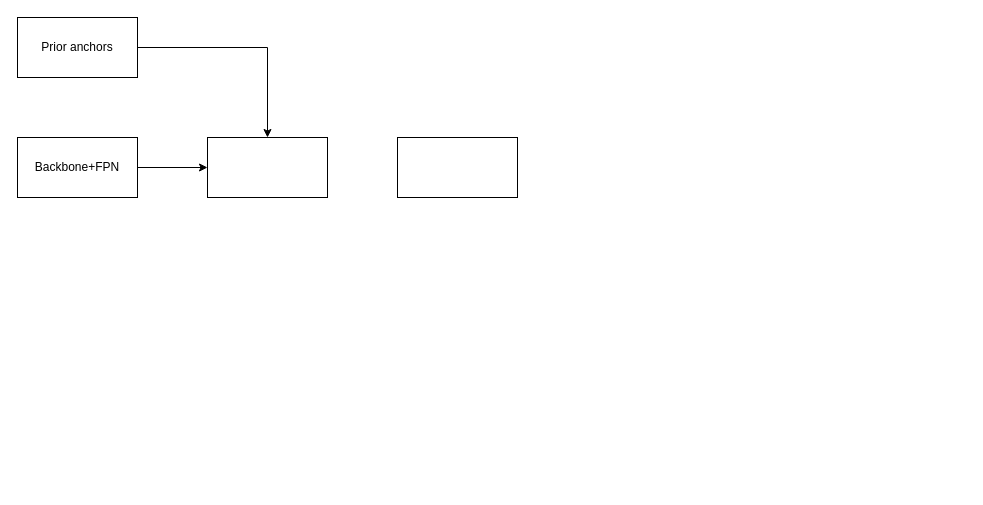
The draw.io diagram Untitled Diagram.drawio in CurryYuan/Pictures, before the edit. Source tidied: cells renumbered, new cells numbered last; positions are measured from the earlier drawing's top-left corner, leaving out a move shared by most shapes. Both pictures are drawn from the tidied source at 100%, with x=0, y=0 at pixel (17, 17).
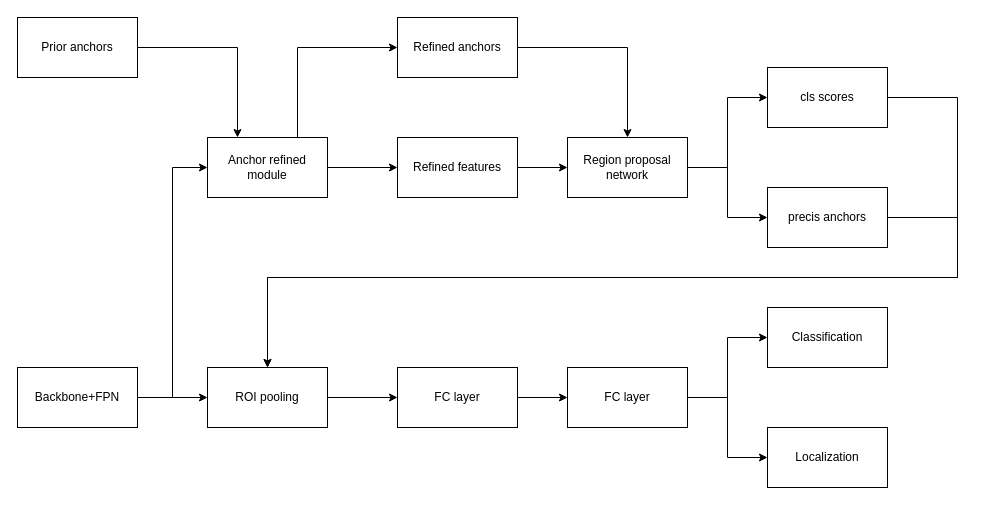
The same diagram, later.

Unchanged cells that the change refers to:
```xml
<mxCell id="7" value="Prior anchors" style="rounded=0;whiteSpace=wrap;html=1;" parent="1" vertex="1">
  <mxGeometry width="120" height="60" as="geometry" />
</mxCell>
```

Diff of the diagram source:
```diff
@@
+    <mxCell id="8" style="edgeStyle=orthogonalEdgeStyle;rounded=0;jettySize=auto;html=1;entryX=0;entryY=0.5;entryDx=0;entryDy=0;" parent="1" edge="1" source="2" target="18">
+      <mxGeometry relative="1" as="geometry" />
+    </mxCell>
+    <mxCell id="9" style="edgeStyle=orthogonalEdgeStyle;rounded=0;jettySize=auto;html=1;entryX=0;entryY=0.5;entryDx=0;entryDy=0;" parent="1" edge="1" source="2" target="20">
+      <mxGeometry relative="1" as="geometry" />
+    </mxCell>
-    <mxCell id="2" style="rounded=0;whiteSpace=wrap;html=1;" parent="1" vertex="1">
-      <mxGeometry x="380" y="120" width="120" height="60" as="geometry" />
+    <mxCell id="2" value="&lt;span style=&quot;white-space: normal&quot;&gt;Region proposal network&lt;/span&gt;" style="rounded=0;whiteSpace=wrap;html=1;" parent="1" vertex="1">
+      <mxGeometry x="550" y="120" width="120" height="60" as="geometry" />
     </mxCell>
+    <mxCell id="10" style="edgeStyle=orthogonalEdgeStyle;rounded=0;jettySize=auto;html=1;entryX=0;entryY=0.5;entryDx=0;entryDy=0;exitX=0.75;exitY=0;exitDx=0;exitDy=0;" parent="1" edge="1" source="3" target="14">
+      <mxGeometry relative="1" as="geometry" />
+    </mxCell>
+    <mxCell id="11" style="edgeStyle=orthogonalEdgeStyle;rounded=0;jettySize=auto;html=1;entryX=0;entryY=0.5;entryDx=0;entryDy=0;" parent="1" edge="1" source="3" target="16">
+      <mxGeometry relative="1" as="geometry" />
+    </mxCell>
-    <mxCell id="3" style="rounded=0;whiteSpace=wrap;html=1;" parent="1" vertex="1">
+    <mxCell id="3" value="Anchor refined module" style="rounded=0;whiteSpace=wrap;html=1;" parent="1" vertex="1">
       <mxGeometry x="190" y="120" width="120" height="60" as="geometry" />
     </mxCell>
@@
+    <mxCell id="12" style="edgeStyle=orthogonalEdgeStyle;rounded=0;jettySize=auto;html=1;entryX=0;entryY=0.5;entryDx=0;entryDy=0;" parent="1" edge="1" source="5" target="22">
+      <mxGeometry relative="1" as="geometry" />
+    </mxCell>
     <mxCell id="5" value="Backbone+FPN" style="rounded=0;whiteSpace=wrap;html=1;" parent="1" vertex="1">
-      <mxGeometry y="120" width="120" height="60" as="geometry" />
+      <mxGeometry y="350" width="120" height="60" as="geometry" />
     </mxCell>
-    <mxCell id="6" style="edgeStyle=orthogonalEdgeStyle;rounded=0;jettySize=auto;html=1;entryX=0.5;entryY=0;entryDx=0;entryDy=0;" parent="1" edge="1" source="7" target="3">
+    <mxCell id="6" style="edgeStyle=orthogonalEdgeStyle;rounded=0;jettySize=auto;html=1;entryX=0.25;entryY=0;entryDx=0;entryDy=0;" parent="1" edge="1" source="7" target="3">
       <mxGeometry relative="1" as="geometry" />
     </mxCell>
@@
+    <mxCell id="13" style="edgeStyle=orthogonalEdgeStyle;rounded=0;jettySize=auto;html=1;entryX=0.5;entryY=0;entryDx=0;entryDy=0;" parent="1" edge="1" source="14" target="2">
+      <mxGeometry relative="1" as="geometry" />
+    </mxCell>
+    <mxCell id="14" value="Refined anchors" style="rounded=0;whiteSpace=wrap;html=1;" parent="1" vertex="1">
+      <mxGeometry x="380" width="120" height="60" as="geometry" />
+    </mxCell>
+    <mxCell id="15" style="edgeStyle=orthogonalEdgeStyle;rounded=0;jettySize=auto;html=1;entryX=0;entryY=0.5;entryDx=0;entryDy=0;" parent="1" edge="1" source="16" target="2">
+      <mxGeometry relative="1" as="geometry" />
+    </mxCell>
+    <mxCell id="16" value="Refined features" style="rounded=0;whiteSpace=wrap;html=1;" parent="1" vertex="1">
+      <mxGeometry x="380" y="120" width="120" height="60" as="geometry" />
+    </mxCell>
+    <mxCell id="17" style="edgeStyle=orthogonalEdgeStyle;rounded=0;jettySize=auto;html=1;exitX=1;exitY=0.5;exitDx=0;exitDy=0;entryX=0.5;entryY=0;entryDx=0;entryDy=0;" parent="1" edge="1" source="18" target="22">
+      <mxGeometry relative="1" as="geometry">
+        <Array as="points">
+          <mxPoint x="940" y="80" />
+          <mxPoint x="940" y="260" />
+          <mxPoint x="250" y="260" />
+        </Array>
+      </mxGeometry>
+    </mxCell>
+    <mxCell id="18" value="cls scores" style="rounded=0;whiteSpace=wrap;html=1;" parent="1" vertex="1">
+      <mxGeometry x="750" y="50" width="120" height="60" as="geometry" />
+    </mxCell>
+    <mxCell id="19" style="edgeStyle=orthogonalEdgeStyle;rounded=0;jettySize=auto;html=1;" parent="1" edge="1" source="20" target="22">
+      <mxGeometry relative="1" as="geometry">
+        <Array as="points">
+          <mxPoint x="940" y="200" />
+          <mxPoint x="940" y="260" />
+          <mxPoint x="250" y="260" />
+        </Array>
+      </mxGeometry>
+    </mxCell>
+    <mxCell id="20" value="precis anchors" style="rounded=0;whiteSpace=wrap;html=1;" parent="1" vertex="1">
+      <mxGeometry x="750" y="170" width="120" height="60" as="geometry" />
+    </mxCell>
+    <mxCell id="21" style="edgeStyle=orthogonalEdgeStyle;rounded=0;jettySize=auto;html=1;entryX=0;entryY=0.5;entryDx=0;entryDy=0;" parent="1" edge="1" source="22" target="24">
+      <mxGeometry relative="1" as="geometry" />
+    </mxCell>
+    <mxCell id="22" value="ROI pooling" style="rounded=0;whiteSpace=wrap;html=1;" parent="1" vertex="1">
+      <mxGeometry x="190" y="350" width="120" height="60" as="geometry" />
+    </mxCell>
+    <mxCell id="23" style="edgeStyle=orthogonalEdgeStyle;rounded=0;jettySize=auto;html=1;entryX=0;entryY=0.5;entryDx=0;entryDy=0;" parent="1" edge="1" source="24" target="27">
+      <mxGeometry relative="1" as="geometry" />
+    </mxCell>
+    <mxCell id="24" value="FC layer" style="rounded=0;whiteSpace=wrap;html=1;" parent="1" vertex="1">
+      <mxGeometry x="380" y="350" width="120" height="60" as="geometry" />
+    </mxCell>
+    <mxCell id="25" style="edgeStyle=orthogonalEdgeStyle;rounded=0;jettySize=auto;html=1;entryX=0;entryY=0.5;entryDx=0;entryDy=0;" parent="1" edge="1" source="27" target="28">
+      <mxGeometry relative="1" as="geometry" />
+    </mxCell>
+    <mxCell id="26" style="edgeStyle=orthogonalEdgeStyle;rounded=0;jettySize=auto;html=1;entryX=0;entryY=0.5;entryDx=0;entryDy=0;" parent="1" edge="1" source="27" target="29">
+      <mxGeometry relative="1" as="geometry" />
+    </mxCell>
+    <mxCell id="27" value="FC layer" style="rounded=0;whiteSpace=wrap;html=1;" parent="1" vertex="1">
+      <mxGeometry x="550" y="350" width="120" height="60" as="geometry" />
+    </mxCell>
+    <mxCell id="28" value="Classification" style="rounded=0;whiteSpace=wrap;html=1;" parent="1" vertex="1">
+      <mxGeometry x="750" y="290" width="120" height="60" as="geometry" />
+    </mxCell>
+    <mxCell id="29" value="Localization" style="rounded=0;whiteSpace=wrap;html=1;" parent="1" vertex="1">
+      <mxGeometry x="750" y="410" width="120" height="60" as="geometry" />
+    </mxCell>
```
